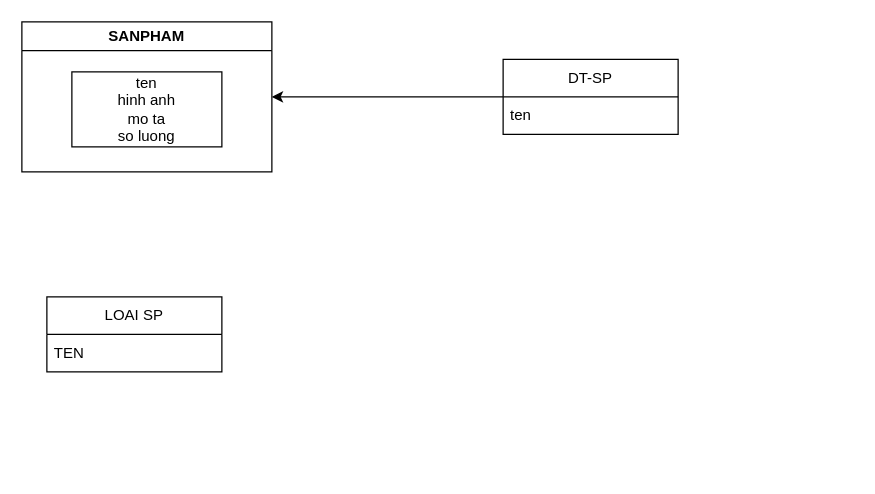
Above: sanpham.drawio in frozenproof/dactaphanmem (draw.io), before the change. Source tidied: cells renumbered, new cells numbered last; positions are measured from the earlier drawing's top-left corner, leaving out a move shared by most shapes. Both pictures are drawn from the tidied source at 125%, with x=0, y=0 at pixel (21, 21).
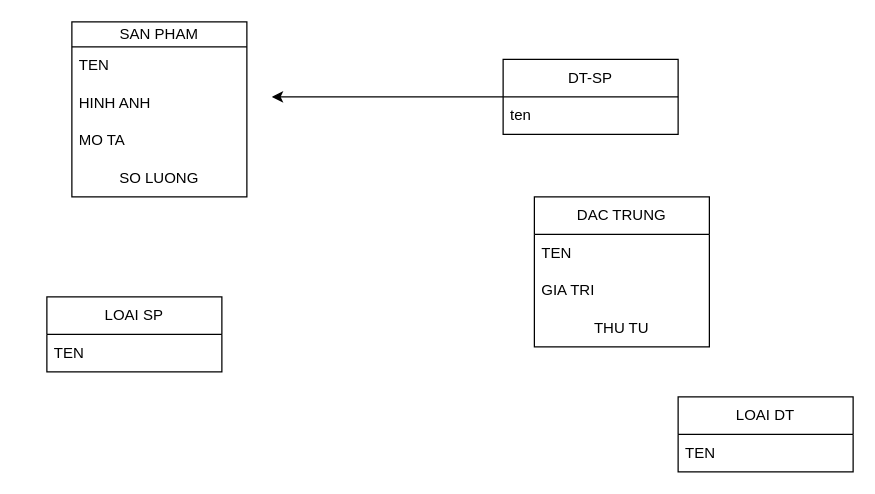
The same diagram, later.

Diff of the diagram source:
```diff
@@
 <mxGraphModel>
   <root>
     <mxCell id="0" />
     <mxCell id="1" parent="0" />
-    <mxCell id="2" value="SANPHAM" style="swimlane;whiteSpace=wrap;html=1;" parent="1" vertex="1">
-      <mxGeometry width="200" height="120" as="geometry" />
-    </mxCell>
-    <mxCell id="3" value="ten&lt;br&gt;hinh anh&lt;br&gt;mo ta&lt;br&gt;so luong" style="rounded=0;whiteSpace=wrap;html=1;" parent="2" vertex="1">
-      <mxGeometry x="40" y="40" width="120" height="60" as="geometry" />
-    </mxCell>
-    <mxCell id="4" style="edgeStyle=orthogonalEdgeStyle;rounded=0;jettySize=auto;html=1;entryX=1;entryY=0.5;entryDx=0;entryDy=0;" parent="1" edge="1" source="5" target="2">
-      <mxGeometry relative="1" as="geometry" />
+    <mxCell id="4" style="edgeStyle=orthogonalEdgeStyle;rounded=0;jettySize=auto;html=1;entryX=1;entryY=0.5;entryDx=0;entryDy=0;" parent="1" edge="1" source="5">
+      <mxGeometry relative="1" as="geometry">
+        <mxPoint x="200" y="60" as="targetPoint" />
+      </mxGeometry>
     </mxCell>
     <mxCell id="5" value="DT-SP" style="swimlane;fontStyle=0;horizontal=1;startSize=30;whiteSpace=wrap;html=1;" parent="1" vertex="1">
       <mxGeometry x="385" y="30" width="140" height="60" as="geometry" />
     </mxCell>
     <mxCell id="6" value="ten" style="text;strokeColor=none;fillColor=none;align=left;verticalAlign=middle;spacingLeft=4;spacingRight=4;overflow=hidden;whiteSpace=wrap;html=1;" parent="5" vertex="1">
       <mxGeometry y="30" width="140" height="30" as="geometry" />
     </mxCell>
     <mxCell id="7" value="LOAI SP" style="swimlane;fontStyle=0;horizontal=1;startSize=30;whiteSpace=wrap;html=1;" parent="1" vertex="1">
       <mxGeometry x="20" y="220" width="140" height="60" as="geometry" />
     </mxCell>
     <mxCell id="8" value="TEN" style="text;strokeColor=none;fillColor=none;align=left;verticalAlign=middle;spacingLeft=4;spacingRight=4;overflow=hidden;whiteSpace=wrap;html=1;" parent="7" vertex="1">
       <mxGeometry y="30" width="140" height="30" as="geometry" />
     </mxCell>
+    <mxCell id="9" value="DAC TRUNG" style="swimlane;fontStyle=0;horizontal=1;startSize=30;whiteSpace=wrap;html=1;" parent="1" vertex="1">
+      <mxGeometry x="410" y="140" width="140" height="120" as="geometry" />
+    </mxCell>
+    <mxCell id="10" value="TEN" style="text;strokeColor=none;fillColor=none;align=left;verticalAlign=middle;spacingLeft=4;spacingRight=4;overflow=hidden;whiteSpace=wrap;html=1;" parent="9" vertex="1">
+      <mxGeometry y="30" width="140" height="30" as="geometry" />
+    </mxCell>
+    <mxCell id="11" value="GIA TRI" style="text;strokeColor=none;fillColor=none;align=left;verticalAlign=middle;spacingLeft=4;spacingRight=4;overflow=hidden;whiteSpace=wrap;html=1;" parent="9" vertex="1">
+      <mxGeometry y="60" width="140" height="30" as="geometry" />
+    </mxCell>
+    <mxCell id="12" value="THU TU" style="text;html=1;strokeColor=none;fillColor=none;align=center;verticalAlign=middle;whiteSpace=wrap;rounded=0;" parent="9" vertex="1">
+      <mxGeometry y="90" width="140" height="30" as="geometry" />
+    </mxCell>
+    <mxCell id="13" value="LOAI DT" style="swimlane;fontStyle=0;horizontal=1;startSize=30;whiteSpace=wrap;html=1;" parent="1" vertex="1">
+      <mxGeometry x="525" y="300" width="140" height="60" as="geometry" />
+    </mxCell>
+    <mxCell id="14" value="TEN" style="text;strokeColor=none;fillColor=none;align=left;verticalAlign=middle;spacingLeft=4;spacingRight=4;overflow=hidden;whiteSpace=wrap;html=1;" parent="13" vertex="1">
+      <mxGeometry y="30" width="140" height="30" as="geometry" />
+    </mxCell>
+    <mxCell id="15" value="SAN PHAM" style="swimlane;fontStyle=0;horizontal=1;startSize=20;whiteSpace=wrap;html=1;" parent="1" vertex="1">
+      <mxGeometry x="40" width="140" height="140" as="geometry" />
+    </mxCell>
+    <mxCell id="16" value="TEN" style="text;strokeColor=none;fillColor=none;align=left;verticalAlign=middle;spacingLeft=4;spacingRight=4;overflow=hidden;whiteSpace=wrap;html=1;" parent="15" vertex="1">
+      <mxGeometry y="20" width="140" height="30" as="geometry" />
+    </mxCell>
+    <mxCell id="17" value="HINH ANH" style="text;strokeColor=none;fillColor=none;align=left;verticalAlign=middle;spacingLeft=4;spacingRight=4;overflow=hidden;whiteSpace=wrap;html=1;" parent="15" vertex="1">
+      <mxGeometry y="50" width="140" height="30" as="geometry" />
+    </mxCell>
+    <mxCell id="18" value="MO TA" style="text;strokeColor=none;fillColor=none;align=left;verticalAlign=middle;spacingLeft=4;spacingRight=4;overflow=hidden;whiteSpace=wrap;html=1;" parent="15" vertex="1">
+      <mxGeometry y="80" width="140" height="30" as="geometry" />
+    </mxCell>
+    <mxCell id="19" value="SO LUONG" style="text;html=1;strokeColor=none;fillColor=none;align=center;verticalAlign=middle;whiteSpace=wrap;rounded=0;" parent="15" vertex="1">
+      <mxGeometry y="110" width="140" height="30" as="geometry" />
+    </mxCell>
   </root>
 </mxGraphModel>
```
